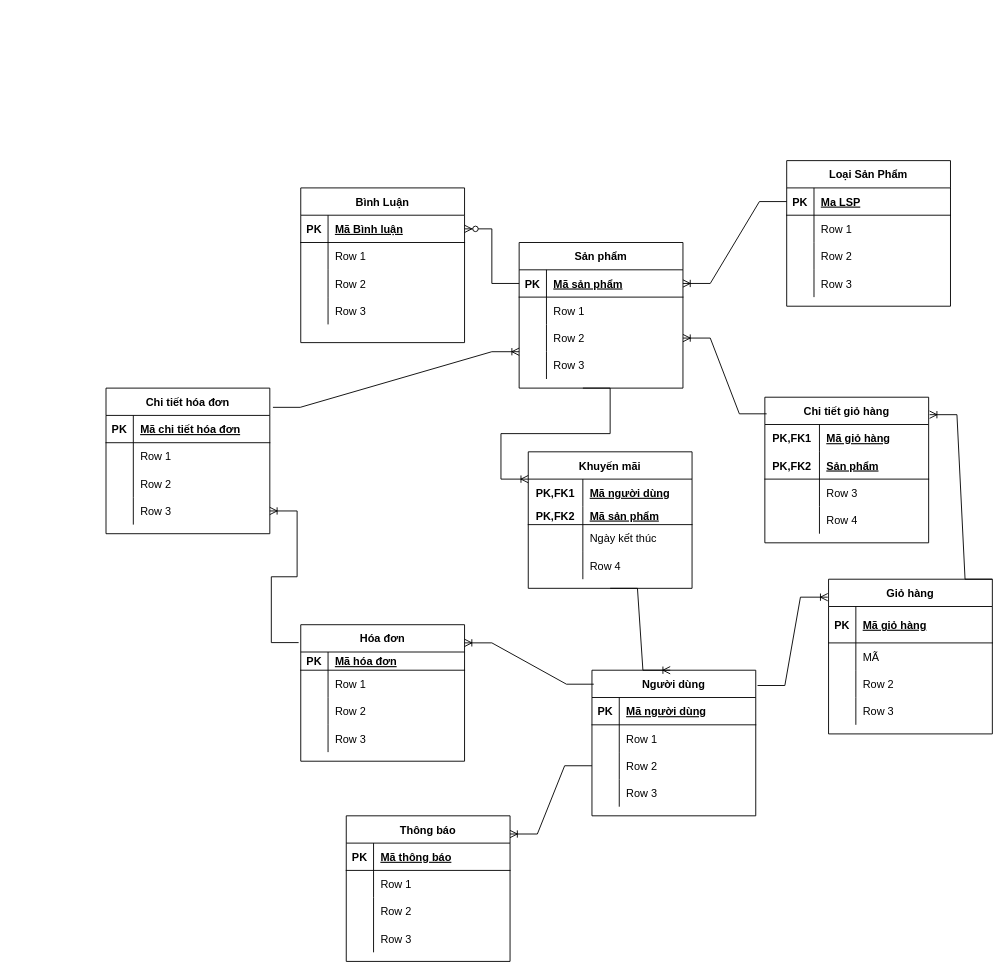
SanHo09/Shepoo keeps this draw.io diagram as page "Entity" (2 of 2) of DATABASE/Diagram1.drawio. Above is the earlier version. Source tidied: cells renumbered, new cells numbered last; positions are measured from the earlier drawing's top-left corner, leaving out a move shared by most shapes. Both pictures are drawn from the tidied source at 91%, with x=0, y=0 at pixel (106, 160).
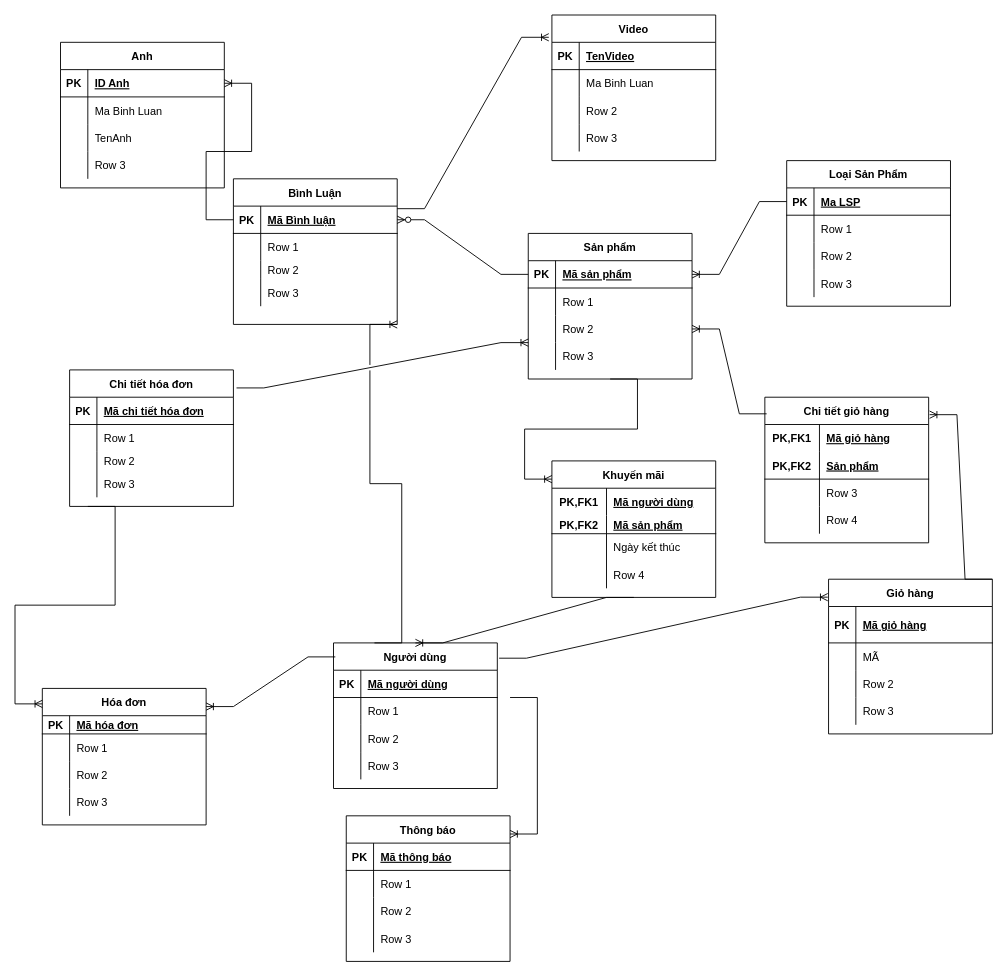
The same diagram, later.

Unchanged cells that the change refers to:
```xml
<mxCell id="29" style="shape=tableRow;horizontal=0;startSize=0;swimlaneHead=0;swimlaneBody=0;fillColor=none;points=[[0,0.5],[1,0.5]];portConstraint=eastwest;top=0;left=0;right=0;bottom=1;" parent="28" vertex="1">
  <mxGeometry y="30" width="180" height="30" as="geometry" />
</mxCell>
<mxCell id="48" style="shape=tableRow;horizontal=0;startSize=0;swimlaneHead=0;swimlaneBody=0;fillColor=none;points=[[0,0.5],[1,0.5]];portConstraint=eastwest;top=0;left=0;right=0;bottom=0;" parent="41" vertex="1">
  <mxGeometry y="90" width="180" height="30" as="geometry" />
</mxCell>
<mxCell id="93" value="Thông báo" style="shape=table;startSize=30;childLayout=tableLayout;rowLines=0;fontStyle=1;align=center;" parent="1" vertex="1">
  <mxGeometry x="264" y="720" width="180" height="160" as="geometry" />
</mxCell>
```

Change to the diagram source:
```diff
@@
     <mxCell id="2" value="Sản phẩm" style="shape=table;startSize=30;childLayout=tableLayout;rowLines=0;fontStyle=1;align=center;" parent="1" vertex="1">
-      <mxGeometry x="454" y="90" width="180" height="160" as="geometry" />
+      <mxGeometry x="464" y="80" width="180" height="160" as="geometry" />
     </mxCell>
@@
     <mxCell id="28" value="Bình Luận" style="shape=table;startSize=30;childLayout=tableLayout;rowLines=0;fontStyle=1;align=center;" parent="1" vertex="1">
-      <mxGeometry x="214" y="30" width="180" height="170" as="geometry" />
+      <mxGeometry x="140" y="20" width="180" height="160" as="geometry" />
     </mxCell>
@@
     <mxCell id="35" style="shape=tableRow;horizontal=0;startSize=0;swimlaneHead=0;swimlaneBody=0;fillColor=none;top=0;left=0;right=0;bottom=0;" parent="28" vertex="1">
-      <mxGeometry y="90" width="180" height="30" as="geometry" />
+      <mxGeometry y="90" width="180" height="20" as="geometry" />
     </mxCell>
     <mxCell id="36" style="shape=partialRectangle;fillColor=none;top=0;left=0;bottom=0;right=0;overflow=hidden;" parent="35" vertex="1">
-      <mxGeometry width="30" height="30" as="geometry" />
+      <mxGeometry width="30" height="20" as="geometry" />
     </mxCell>
     <mxCell id="37" value="Row 2" style="shape=partialRectangle;fillColor=none;top=0;left=0;bottom=0;right=0;align=left;spacingLeft=6;overflow=hidden;" parent="35" vertex="1">
-      <mxGeometry x="30" width="150" height="30" as="geometry" />
+      <mxGeometry x="30" width="150" height="20" as="geometry" />
     </mxCell>
     <mxCell id="38" style="shape=tableRow;horizontal=0;startSize=0;swimlaneHead=0;swimlaneBody=0;fillColor=none;top=0;left=0;right=0;bottom=0;" parent="28" vertex="1">
-      <mxGeometry y="120" width="180" height="30" as="geometry" />
+      <mxGeometry y="110" width="180" height="30" as="geometry" />
     </mxCell>
@@
     <mxCell id="41" value="Người dùng" style="shape=table;startSize=30;childLayout=tableLayout;rowLines=0;fontStyle=1;align=center;" parent="1" vertex="1">
-      <mxGeometry x="534" y="560" width="180" height="160" as="geometry" />
+      <mxGeometry x="250" y="530" width="180" height="160" as="geometry" />
     </mxCell>
@@
     <mxCell id="54" value="Hóa đơn" style="shape=table;startSize=30;childLayout=tableLayout;rowLines=0;fontStyle=1;align=center;" parent="1" vertex="1">
-      <mxGeometry x="214" y="510" width="180" height="150" as="geometry" />
+      <mxGeometry x="-70" y="580" width="180" height="150" as="geometry" />
     </mxCell>
@@
     <mxCell id="67" value="Chi tiết hóa đơn" style="shape=table;startSize=30;childLayout=tableLayout;rowLines=0;fontStyle=1;align=center;" parent="1" vertex="1">
-      <mxGeometry y="250" width="180" height="160" as="geometry" />
+      <mxGeometry x="-40" y="230" width="180" height="150" as="geometry" />
     </mxCell>
@@
     <mxCell id="74" style="shape=tableRow;horizontal=0;startSize=0;swimlaneHead=0;swimlaneBody=0;fillColor=none;top=0;left=0;right=0;bottom=0;" parent="67" vertex="1">
-      <mxGeometry y="90" width="180" height="30" as="geometry" />
+      <mxGeometry y="90" width="180" height="20" as="geometry" />
     </mxCell>
     <mxCell id="75" style="shape=partialRectangle;fillColor=none;top=0;left=0;bottom=0;right=0;overflow=hidden;" parent="74" vertex="1">
-      <mxGeometry width="30" height="30" as="geometry" />
+      <mxGeometry width="30" height="20" as="geometry" />
     </mxCell>
     <mxCell id="76" value="Row 2" style="shape=partialRectangle;fillColor=none;top=0;left=0;bottom=0;right=0;align=left;spacingLeft=6;overflow=hidden;" parent="74" vertex="1">
-      <mxGeometry x="30" width="150" height="30" as="geometry" />
+      <mxGeometry x="30" width="150" height="20" as="geometry" />
     </mxCell>
     <mxCell id="77" style="shape=tableRow;horizontal=0;startSize=0;swimlaneHead=0;swimlaneBody=0;fillColor=none;points=[[0,0.5],[1,0.5]];portConstraint=eastwest;top=0;left=0;right=0;bottom=0;" parent="67" vertex="1">
-      <mxGeometry y="120" width="180" height="30" as="geometry" />
+      <mxGeometry y="110" width="180" height="30" as="geometry" />
     </mxCell>
@@
-    <mxCell id="124" style="edgeStyle=entityRelationEdgeStyle;fontSize=12;html=1;endArrow=ERoneToMany;rounded=0;exitX=-0.013;exitY=0.131;exitDx=0;exitDy=0;exitPerimeter=0;" parent="1" edge="1" source="54" target="77">
-      <mxGeometry relative="1" as="geometry" />
+    <mxCell id="124" style="edgeStyle=entityRelationEdgeStyle;fontSize=12;html=1;endArrow=ERoneToMany;rounded=0;" parent="1" edge="1">
+      <mxGeometry relative="1" as="geometry">
+        <mxPoint x="-20" y="380" as="sourcePoint" />
+        <mxPoint x="-70" y="597" as="targetPoint" />
+      </mxGeometry>
     </mxCell>
@@
-    <mxCell id="127" style="edgeStyle=entityRelationEdgeStyle;fontSize=12;html=1;endArrow=ERoneToMany;rounded=0;exitX=0;exitY=0.5;exitDx=0;exitDy=0;entryX=1;entryY=0.125;entryDx=0;entryDy=0;entryPerimeter=0;" parent="1" edge="1" source="48" target="93">
-      <mxGeometry relative="1" as="geometry" />
+    <mxCell id="127" style="edgeStyle=entityRelationEdgeStyle;fontSize=12;html=1;endArrow=ERoneToMany;rounded=0;entryX=1;entryY=0.125;entryDx=0;entryDy=0;entryPerimeter=0;" parent="1" edge="1" target="93">
+      <mxGeometry relative="1" as="geometry">
+        <mxPoint x="444" y="590" as="sourcePoint" />
+      </mxGeometry>
     </mxCell>
     <mxCell id="128" value="Khuyến mãi" style="shape=table;startSize=30;childLayout=tableLayout;rowLines=0;fontStyle=1;align=center;" parent="1" vertex="1">
-      <mxGeometry x="464" y="320" width="180" height="150" as="geometry" />
+      <mxGeometry x="490" y="330" width="180" height="150" as="geometry" />
     </mxCell>
@@
-    <mxCell id="141" style="edgeStyle=entityRelationEdgeStyle;fontSize=12;html=1;endArrow=ERoneToMany;rounded=0;" parent="1" edge="1">
+    <mxCell id="141" style="edgeStyle=entityRelationEdgeStyle;fontSize=12;html=1;endArrow=ERoneToMany;rounded=0;exitX=0.5;exitY=1;exitDx=0;exitDy=0;" parent="1" edge="1" source="2">
       <mxGeometry relative="1" as="geometry">
-        <mxPoint x="524" y="250" as="sourcePoint" />
-        <mxPoint x="464" y="350" as="targetPoint" />
+        <mxPoint x="490" y="350" as="targetPoint" />
       </mxGeometry>
     </mxCell>
-    <mxCell id="142" style="edgeStyle=entityRelationEdgeStyle;fontSize=12;html=1;endArrow=ERoneToMany;rounded=0;exitX=0.5;exitY=1;exitDx=0;exitDy=0;" parent="1" edge="1" source="128">
-      <mxGeometry relative="1" as="geometry">
-        <mxPoint x="620" y="560" as="targetPoint" />
-      </mxGeometry>
+    <mxCell id="142" style="edgeStyle=entityRelationEdgeStyle;fontSize=12;html=1;endArrow=ERoneToMany;rounded=0;exitX=0.5;exitY=1;exitDx=0;exitDy=0;entryX=0.5;entryY=0;entryDx=0;entryDy=0;" parent="1" edge="1" source="128" target="41">
+      <mxGeometry relative="1" as="geometry" />
     </mxCell>
+    <mxCell id="143" value="Anh" style="shape=table;startSize=30;childLayout=tableLayout;rowLines=0;fontStyle=1;align=center;" parent="1" vertex="1">
+      <mxGeometry x="-50" y="-130" width="180" height="160" as="geometry" />
+    </mxCell>
+    <mxCell id="144" style="shape=tableRow;horizontal=0;startSize=0;swimlaneHead=0;swimlaneBody=0;fillColor=none;points=[[0,0.5],[1,0.5]];portConstraint=eastwest;top=0;left=0;right=0;bottom=1;" parent="143" vertex="1">
+      <mxGeometry y="30" width="180" height="30" as="geometry" />
+    </mxCell>
+    <mxCell id="145" value="PK" style="shape=partialRectangle;fillColor=none;top=0;left=0;bottom=0;right=0;fontStyle=1;overflow=hidden;" parent="144" vertex="1">
+      <mxGeometry width="30" height="30" as="geometry" />
+    </mxCell>
+    <mxCell id="146" value="ID Anh" style="shape=partialRectangle;fillColor=none;top=0;left=0;bottom=0;right=0;align=left;spacingLeft=6;fontStyle=5;overflow=hidden;" parent="144" vertex="1">
+      <mxGeometry x="30" width="150" height="30" as="geometry" />
+    </mxCell>
+    <mxCell id="147" style="shape=tableRow;horizontal=0;startSize=0;swimlaneHead=0;swimlaneBody=0;fillColor=none;top=0;left=0;right=0;bottom=0;" parent="143" vertex="1">
+      <mxGeometry y="60" width="180" height="30" as="geometry" />
+    </mxCell>
+    <mxCell id="148" style="shape=partialRectangle;fillColor=none;top=0;left=0;bottom=0;right=0;overflow=hidden;" parent="147" vertex="1">
+      <mxGeometry width="30" height="30" as="geometry" />
+    </mxCell>
+    <mxCell id="149" value="Ma Binh Luan" style="shape=partialRectangle;fillColor=none;top=0;left=0;bottom=0;right=0;align=left;spacingLeft=6;overflow=hidden;" parent="147" vertex="1">
+      <mxGeometry x="30" width="150" height="30" as="geometry" />
+    </mxCell>
+    <mxCell id="150" style="shape=tableRow;horizontal=0;startSize=0;swimlaneHead=0;swimlaneBody=0;fillColor=none;top=0;left=0;right=0;bottom=0;" parent="143" vertex="1">
+      <mxGeometry y="90" width="180" height="30" as="geometry" />
+    </mxCell>
+    <mxCell id="151" style="shape=partialRectangle;fillColor=none;top=0;left=0;bottom=0;right=0;overflow=hidden;" parent="150" vertex="1">
+      <mxGeometry width="30" height="30" as="geometry" />
+    </mxCell>
+    <mxCell id="152" value="TenAnh" style="shape=partialRectangle;fillColor=none;top=0;left=0;bottom=0;right=0;align=left;spacingLeft=6;overflow=hidden;" parent="150" vertex="1">
+      <mxGeometry x="30" width="150" height="30" as="geometry" />
+    </mxCell>
+    <mxCell id="153" style="shape=tableRow;horizontal=0;startSize=0;swimlaneHead=0;swimlaneBody=0;fillColor=none;top=0;left=0;right=0;bottom=0;" parent="143" vertex="1">
+      <mxGeometry y="120" width="180" height="30" as="geometry" />
+    </mxCell>
+    <mxCell id="154" style="shape=partialRectangle;fillColor=none;top=0;left=0;bottom=0;right=0;overflow=hidden;" parent="153" vertex="1">
+      <mxGeometry width="30" height="30" as="geometry" />
+    </mxCell>
+    <mxCell id="155" value="Row 3" style="shape=partialRectangle;fillColor=none;top=0;left=0;bottom=0;right=0;align=left;spacingLeft=6;overflow=hidden;" parent="153" vertex="1">
+      <mxGeometry x="30" width="150" height="30" as="geometry" />
+    </mxCell>
+    <mxCell id="156" value="Video" style="shape=table;startSize=30;childLayout=tableLayout;rowLines=0;fontStyle=1;align=center;" parent="1" vertex="1">
+      <mxGeometry x="490" y="-160" width="180" height="160" as="geometry" />
+    </mxCell>
+    <mxCell id="157" style="shape=tableRow;horizontal=0;startSize=0;swimlaneHead=0;swimlaneBody=0;fillColor=none;top=0;left=0;right=0;bottom=1;" parent="156" vertex="1">
+      <mxGeometry y="30" width="180" height="30" as="geometry" />
+    </mxCell>
+    <mxCell id="158" value="PK" style="shape=partialRectangle;fillColor=none;top=0;left=0;bottom=0;right=0;fontStyle=1;overflow=hidden;" parent="157" vertex="1">
+      <mxGeometry width="30" height="30" as="geometry" />
+    </mxCell>
+    <mxCell id="159" value="TenVideo" style="shape=partialRectangle;fillColor=none;top=0;left=0;bottom=0;right=0;align=left;spacingLeft=6;fontStyle=5;overflow=hidden;" parent="157" vertex="1">
+      <mxGeometry x="30" width="150" height="30" as="geometry" />
+    </mxCell>
+    <mxCell id="160" style="shape=tableRow;horizontal=0;startSize=0;swimlaneHead=0;swimlaneBody=0;fillColor=none;top=0;left=0;right=0;bottom=0;" parent="156" vertex="1">
+      <mxGeometry y="60" width="180" height="30" as="geometry" />
+    </mxCell>
+    <mxCell id="161" style="shape=partialRectangle;fillColor=none;top=0;left=0;bottom=0;right=0;overflow=hidden;" parent="160" vertex="1">
+      <mxGeometry width="30" height="30" as="geometry" />
+    </mxCell>
+    <mxCell id="162" value="Ma Binh Luan" style="shape=partialRectangle;fillColor=none;top=0;left=0;bottom=0;right=0;align=left;spacingLeft=6;overflow=hidden;" parent="160" vertex="1">
+      <mxGeometry x="30" width="150" height="30" as="geometry" />
+    </mxCell>
+    <mxCell id="163" style="shape=tableRow;horizontal=0;startSize=0;swimlaneHead=0;swimlaneBody=0;fillColor=none;top=0;left=0;right=0;bottom=0;" parent="156" vertex="1">
+      <mxGeometry y="90" width="180" height="30" as="geometry" />
+    </mxCell>
+    <mxCell id="164" style="shape=partialRectangle;fillColor=none;top=0;left=0;bottom=0;right=0;overflow=hidden;" parent="163" vertex="1">
+      <mxGeometry width="30" height="30" as="geometry" />
+    </mxCell>
+    <mxCell id="165" value="Row 2" style="shape=partialRectangle;fillColor=none;top=0;left=0;bottom=0;right=0;align=left;spacingLeft=6;overflow=hidden;" parent="163" vertex="1">
+      <mxGeometry x="30" width="150" height="30" as="geometry" />
+    </mxCell>
+    <mxCell id="166" style="shape=tableRow;horizontal=0;startSize=0;swimlaneHead=0;swimlaneBody=0;fillColor=none;top=0;left=0;right=0;bottom=0;" parent="156" vertex="1">
+      <mxGeometry y="120" width="180" height="30" as="geometry" />
+    </mxCell>
+    <mxCell id="167" style="shape=partialRectangle;fillColor=none;top=0;left=0;bottom=0;right=0;overflow=hidden;" parent="166" vertex="1">
+      <mxGeometry width="30" height="30" as="geometry" />
+    </mxCell>
+    <mxCell id="168" value="Row 3" style="shape=partialRectangle;fillColor=none;top=0;left=0;bottom=0;right=0;align=left;spacingLeft=6;overflow=hidden;" parent="166" vertex="1">
+      <mxGeometry x="30" width="150" height="30" as="geometry" />
+    </mxCell>
+    <mxCell id="169" style="edgeStyle=entityRelationEdgeStyle;fontSize=12;html=1;endArrow=ERoneToMany;rounded=0;entryX=1;entryY=0.5;entryDx=0;entryDy=0;exitX=0;exitY=0.5;exitDx=0;exitDy=0;" parent="1" edge="1" source="29" target="144">
+      <mxGeometry relative="1" as="geometry" />
+    </mxCell>
+    <mxCell id="170" style="edgeStyle=entityRelationEdgeStyle;fontSize=12;html=1;endArrow=ERoneToMany;rounded=0;exitX=1;exitY=0.094;exitDx=0;exitDy=0;exitPerimeter=0;entryX=-0.019;entryY=0.153;entryDx=0;entryDy=0;entryPerimeter=0;" parent="1" edge="1" source="29" target="156">
+      <mxGeometry relative="1" as="geometry" />
+    </mxCell>
+    <mxCell id="171" style="edgeStyle=entityRelationEdgeStyle;fontSize=12;html=1;endArrow=ERoneToMany;rounded=0;strokeWidth=1;jumpStyle=gap;exitX=0.25;exitY=0;exitDx=0;exitDy=0;entryX=1;entryY=1;entryDx=0;entryDy=0;" parent="1" edge="1" source="41" target="28">
+      <mxGeometry relative="1" as="geometry" />
+    </mxCell>
```
